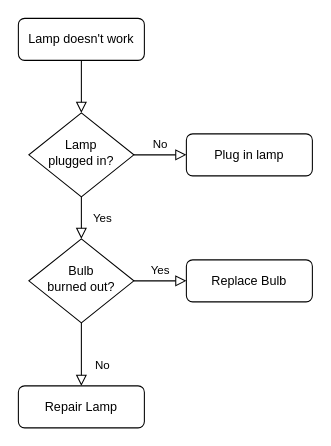
Before: Untitled Diagram.drawio in aockm/58-load-view, a draw.io diagram. Source tidied: cells renumbered, new cells numbered last; positions are measured from the earlier drawing's top-left corner, leaving out a move shared by most shapes. Both pictures are drawn from the tidied source at 105%, with x=0, y=0 at pixel (18, 18).
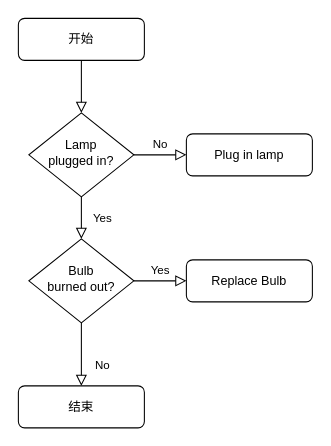
Above is the later version.

What changed in the source:
```diff
@@
 <mxGraphModel>
   <root>
     <mxCell id="0" />
     <mxCell id="1" parent="0" />
     <mxCell id="2" style="rounded=0;html=1;jettySize=auto;fontSize=11;endArrow=block;endFill=0;endSize=8;strokeWidth=1;shadow=0;labelBackgroundColor=none;edgeStyle=orthogonalEdgeStyle;" parent="1" edge="1" source="3" target="6">
       <mxGeometry relative="1" as="geometry" />
     </mxCell>
-    <mxCell id="3" value="Lamp doesn't work" style="rounded=1;whiteSpace=wrap;html=1;fontSize=12;glass=0;strokeWidth=1;shadow=0;" parent="1" vertex="1">
+    <mxCell id="3" value="开始" style="rounded=1;whiteSpace=wrap;html=1;fontSize=12;glass=0;strokeWidth=1;shadow=0;" parent="1" vertex="1">
       <mxGeometry width="120" height="40" as="geometry" />
     </mxCell>
     <mxCell id="4" value="Yes" style="rounded=0;html=1;jettySize=auto;fontSize=11;endArrow=block;endFill=0;endSize=8;strokeWidth=1;shadow=0;labelBackgroundColor=none;edgeStyle=orthogonalEdgeStyle;" parent="1" edge="1" source="6" target="10">
       <mxGeometry y="20" relative="1" as="geometry" />
     </mxCell>
     <mxCell id="5" value="No" style="edgeStyle=orthogonalEdgeStyle;rounded=0;html=1;jettySize=auto;fontSize=11;endArrow=block;endFill=0;endSize=8;strokeWidth=1;shadow=0;labelBackgroundColor=none;" parent="1" edge="1" source="6" target="7">
       <mxGeometry y="10" relative="1" as="geometry" />
     </mxCell>
     <mxCell id="6" value="Lamp&lt;br&gt;plugged in?" style="rhombus;whiteSpace=wrap;html=1;shadow=0;fontFamily=Helvetica;fontSize=12;align=center;strokeWidth=1;spacing=6;spacingTop=-4;" parent="1" vertex="1">
       <mxGeometry x="10" y="90" width="100" height="80" as="geometry" />
     </mxCell>
     <mxCell id="7" value="Plug in lamp" style="rounded=1;whiteSpace=wrap;html=1;fontSize=12;glass=0;strokeWidth=1;shadow=0;" parent="1" vertex="1">
       <mxGeometry x="160" y="110" width="120" height="40" as="geometry" />
     </mxCell>
     <mxCell id="8" value="No" style="rounded=0;html=1;jettySize=auto;fontSize=11;endArrow=block;endFill=0;endSize=8;strokeWidth=1;shadow=0;labelBackgroundColor=none;edgeStyle=orthogonalEdgeStyle;" parent="1" edge="1" source="10" target="11">
       <mxGeometry x="0.33" y="20" relative="1" as="geometry" />
     </mxCell>
     <mxCell id="9" value="Yes" style="edgeStyle=orthogonalEdgeStyle;rounded=0;html=1;jettySize=auto;fontSize=11;endArrow=block;endFill=0;endSize=8;strokeWidth=1;shadow=0;labelBackgroundColor=none;" parent="1" edge="1" source="10" target="12">
       <mxGeometry y="10" relative="1" as="geometry" />
     </mxCell>
     <mxCell id="10" value="Bulb&lt;br&gt;burned out?" style="rhombus;whiteSpace=wrap;html=1;shadow=0;fontFamily=Helvetica;fontSize=12;align=center;strokeWidth=1;spacing=6;spacingTop=-4;" parent="1" vertex="1">
       <mxGeometry x="10" y="210" width="100" height="80" as="geometry" />
     </mxCell>
-    <mxCell id="11" value="Repair Lamp" style="rounded=1;whiteSpace=wrap;html=1;fontSize=12;glass=0;strokeWidth=1;shadow=0;" parent="1" vertex="1">
+    <mxCell id="11" value="结束" style="rounded=1;whiteSpace=wrap;html=1;fontSize=12;glass=0;strokeWidth=1;shadow=0;" parent="1" vertex="1">
       <mxGeometry y="350" width="120" height="40" as="geometry" />
     </mxCell>
     <mxCell id="12" value="Replace Bulb" style="rounded=1;whiteSpace=wrap;html=1;fontSize=12;glass=0;strokeWidth=1;shadow=0;" parent="1" vertex="1">
       <mxGeometry x="160" y="230" width="120" height="40" as="geometry" />
     </mxCell>
   </root>
 </mxGraphModel>
```
